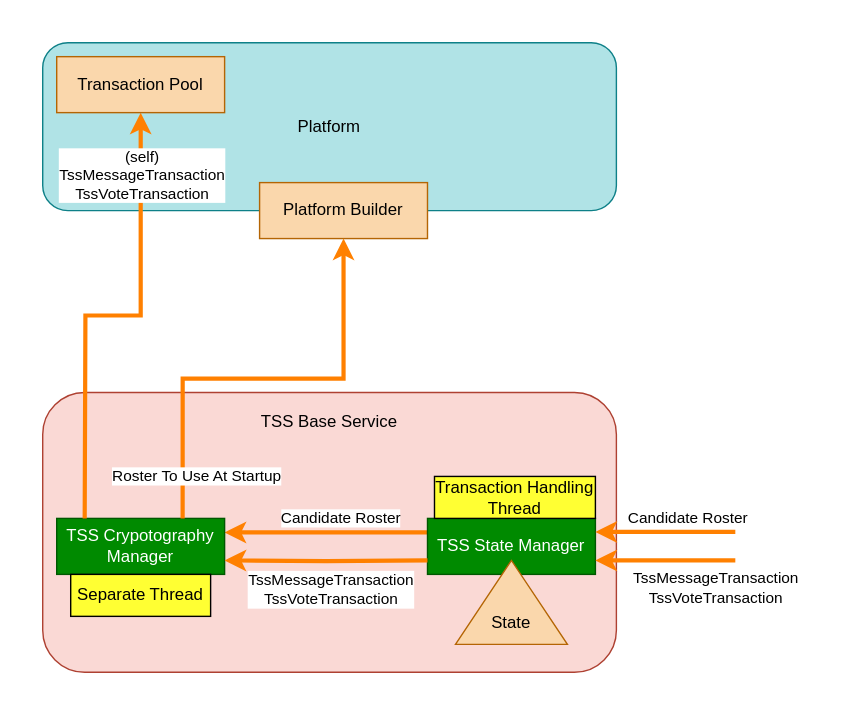
Earlier version of the draw.io export platform-sdk/docs/proposals/TSS-Ledger-Id/TSS-Wiring-Diagram.drawio.svg (hashgraph/hedera-services). Source tidied: cells renumbered, new cells last; positions are measured from the earlier drawing's top-left corner, leaving out a move shared by most shapes. The source it was exported from:
```xml
<mxGraphModel>
  <root>
    <mxCell id="0" />
    <mxCell id="1" parent="0" />
    <mxCell id="2" value="Platform" style="rounded=1;whiteSpace=wrap;html=1;fillColor=#b0e3e6;strokeColor=#0e8088;" parent="1" vertex="1">
      <mxGeometry width="410" height="120" as="geometry" />
    </mxCell>
    <mxCell id="3" value="TSS Base Service&lt;div&gt;&lt;br&gt;&lt;/div&gt;&lt;div&gt;&lt;br&gt;&lt;/div&gt;&lt;div&gt;&lt;br&gt;&lt;/div&gt;&lt;div&gt;&lt;br&gt;&lt;/div&gt;&lt;div&gt;&lt;br&gt;&lt;/div&gt;&lt;div&gt;&lt;br&gt;&lt;/div&gt;&lt;div&gt;&lt;br&gt;&lt;/div&gt;&lt;div&gt;&lt;br&gt;&lt;/div&gt;&lt;div&gt;&lt;br&gt;&lt;/div&gt;&lt;div&gt;&lt;br&gt;&lt;/div&gt;&lt;div&gt;&lt;br&gt;&lt;/div&gt;" style="rounded=1;whiteSpace=wrap;html=1;fillColor=#fad9d5;strokeColor=#ae4132;" parent="1" vertex="1">
      <mxGeometry y="250" width="410" height="200" as="geometry" />
    </mxCell>
    <mxCell id="4" style="edgeStyle=orthogonalEdgeStyle;rounded=0;jettySize=auto;html=1;exitX=0;exitY=0.25;exitDx=0;exitDy=0;entryX=1;entryY=0.25;entryDx=0;entryDy=0;fillColor=#ffe6cc;strokeColor=#FF8000;strokeWidth=3;" parent="1" edge="1" source="6" target="7">
      <mxGeometry relative="1" as="geometry" />
    </mxCell>
    <mxCell id="5" value="Candidate Roster" style="edgeLabel;html=1;align=center;verticalAlign=middle;" parent="4" vertex="1">
      <mxGeometry x="-0.23" y="-1" relative="1" as="geometry">
        <mxPoint x="-6" y="-9" as="offset" />
      </mxGeometry>
    </mxCell>
    <mxCell id="6" value="TSS State Manager" style="rounded=0;whiteSpace=wrap;html=1;fillColor=#008a00;fontColor=#ffffff;strokeColor=#005700;" parent="1" vertex="1">
      <mxGeometry x="275" y="340" width="120" height="40" as="geometry" />
    </mxCell>
    <mxCell id="7" value="TSS Crypotography Manager" style="rounded=0;whiteSpace=wrap;html=1;fillColor=#008a00;fontColor=#ffffff;strokeColor=#005700;" parent="1" vertex="1">
      <mxGeometry x="10" y="340" width="120" height="40" as="geometry" />
    </mxCell>
    <mxCell id="8" style="edgeStyle=orthogonalEdgeStyle;rounded=0;orthogonalLoop=1;jettySize=auto;html=1;exitX=0;exitY=0.25;exitDx=0;exitDy=0;entryX=1;entryY=0.25;entryDx=0;entryDy=0;fillColor=#ffe6cc;strokeColor=#FF8000;strokeWidth=3;" parent="1" edge="1">
      <mxGeometry relative="1" as="geometry">
        <mxPoint x="495" y="370" as="sourcePoint" />
        <mxPoint x="395" y="370" as="targetPoint" />
      </mxGeometry>
    </mxCell>
    <mxCell id="9" value="TssMessageTransaction&lt;div&gt;TssVoteTransaction&lt;/div&gt;" style="edgeLabel;html=1;align=center;verticalAlign=middle;" parent="8" vertex="1">
      <mxGeometry x="-0.23" y="-1" relative="1" as="geometry">
        <mxPoint x="24" y="21" as="offset" />
      </mxGeometry>
    </mxCell>
    <mxCell id="10" style="edgeStyle=orthogonalEdgeStyle;rounded=0;jettySize=auto;html=1;fillColor=#ffe6cc;strokeColor=#FF8000;strokeWidth=3;" parent="1" edge="1" target="18">
      <mxGeometry relative="1" as="geometry">
        <mxPoint x="30" y="340" as="sourcePoint" />
      </mxGeometry>
    </mxCell>
    <mxCell id="11" value="&lt;div&gt;(self)&lt;/div&gt;TssMessageTransaction&lt;div&gt;TssVoteTransaction&lt;br&gt;&lt;/div&gt;" style="edgeLabel;html=1;align=center;verticalAlign=middle;" parent="10" vertex="1">
      <mxGeometry x="-0.23" y="-1" relative="1" as="geometry">
        <mxPoint x="39" y="-118" as="offset" />
      </mxGeometry>
    </mxCell>
    <mxCell id="12" style="edgeStyle=orthogonalEdgeStyle;rounded=0;orthogonalLoop=1;jettySize=auto;html=1;exitX=0;exitY=0.25;exitDx=0;exitDy=0;entryX=1;entryY=0.25;entryDx=0;entryDy=0;fillColor=#ffe6cc;strokeColor=#FF8000;strokeWidth=3;" parent="1" edge="1">
      <mxGeometry relative="1" as="geometry">
        <mxPoint x="495" y="349.7" as="sourcePoint" />
        <mxPoint x="395" y="349.7" as="targetPoint" />
      </mxGeometry>
    </mxCell>
    <mxCell id="13" value="Candidate Roster" style="edgeLabel;html=1;align=center;verticalAlign=middle;" parent="12" vertex="1">
      <mxGeometry x="-0.23" y="-1" relative="1" as="geometry">
        <mxPoint x="4" y="-9" as="offset" />
      </mxGeometry>
    </mxCell>
    <mxCell id="14" style="edgeStyle=orthogonalEdgeStyle;rounded=0;jettySize=auto;html=1;exitX=0;exitY=0.25;exitDx=0;exitDy=0;entryX=1;entryY=0.75;entryDx=0;entryDy=0;fillColor=#ffe6cc;strokeColor=#FF8000;strokeWidth=3;" parent="1" edge="1" target="7">
      <mxGeometry relative="1" as="geometry">
        <mxPoint x="275" y="370" as="sourcePoint" />
      </mxGeometry>
    </mxCell>
    <mxCell id="15" value="TssMessageTransaction&lt;div&gt;TssVoteTransaction&lt;/div&gt;" style="edgeLabel;html=1;align=center;verticalAlign=middle;" parent="14" vertex="1">
      <mxGeometry x="-0.23" y="-1" relative="1" as="geometry">
        <mxPoint x="-13" y="21" as="offset" />
      </mxGeometry>
    </mxCell>
    <mxCell id="16" style="triangle;whiteSpace=wrap;html=1;rotation=-90;fillColor=#fad7ac;strokeColor=#b46504;" parent="1" vertex="1">
      <mxGeometry x="305" y="360" width="60" height="80" as="geometry" />
    </mxCell>
    <mxCell id="17" value="State" style="text;html=1;align=center;verticalAlign=middle;whiteSpace=wrap;rounded=0;" parent="1" vertex="1">
      <mxGeometry x="305" y="400" width="60" height="30" as="geometry" />
    </mxCell>
    <mxCell id="18" value="Transaction Pool" style="rounded=0;whiteSpace=wrap;html=1;fillColor=#fad7ac;strokeColor=#b46504;" parent="1" vertex="1">
      <mxGeometry x="10" y="10" width="120" height="40" as="geometry" />
    </mxCell>
    <mxCell id="19" value="Platform Builder" style="rounded=0;whiteSpace=wrap;html=1;fillColor=#fad7ac;strokeColor=#b46504;" parent="1" vertex="1">
      <mxGeometry x="155" y="100" width="120" height="40" as="geometry" />
    </mxCell>
    <mxCell id="20" style="edgeStyle=orthogonalEdgeStyle;rounded=0;jettySize=auto;html=1;fillColor=#ffe6cc;strokeColor=#FF8000;strokeWidth=3;exitX=0.75;exitY=0;exitDx=0;exitDy=0;entryX=0.5;entryY=1;entryDx=0;entryDy=0;" parent="1" edge="1" source="7" target="19">
      <mxGeometry relative="1" as="geometry" />
    </mxCell>
    <mxCell id="21" value="&lt;div&gt;Roster To Use At Startup&lt;/div&gt;" style="edgeLabel;html=1;align=center;verticalAlign=middle;" parent="20" vertex="1">
      <mxGeometry x="-0.23" y="-1" relative="1" as="geometry">
        <mxPoint x="-12" y="69" as="offset" />
      </mxGeometry>
    </mxCell>
    <mxCell id="22" value="Separate Thread" style="text;html=1;align=center;verticalAlign=middle;whiteSpace=wrap;rounded=0;strokeColor=default;fillColor=#FFFF33;" parent="1" vertex="1">
      <mxGeometry x="20" y="380" width="100" height="30" as="geometry" />
    </mxCell>
    <mxCell id="23" value="Transaction Handling Thread" style="text;html=1;align=center;verticalAlign=middle;whiteSpace=wrap;rounded=0;strokeColor=default;fillColor=#FFFF33;" parent="1" vertex="1">
      <mxGeometry x="280" y="310" width="115" height="30" as="geometry" />
    </mxCell>
  </root>
</mxGraphModel>
```
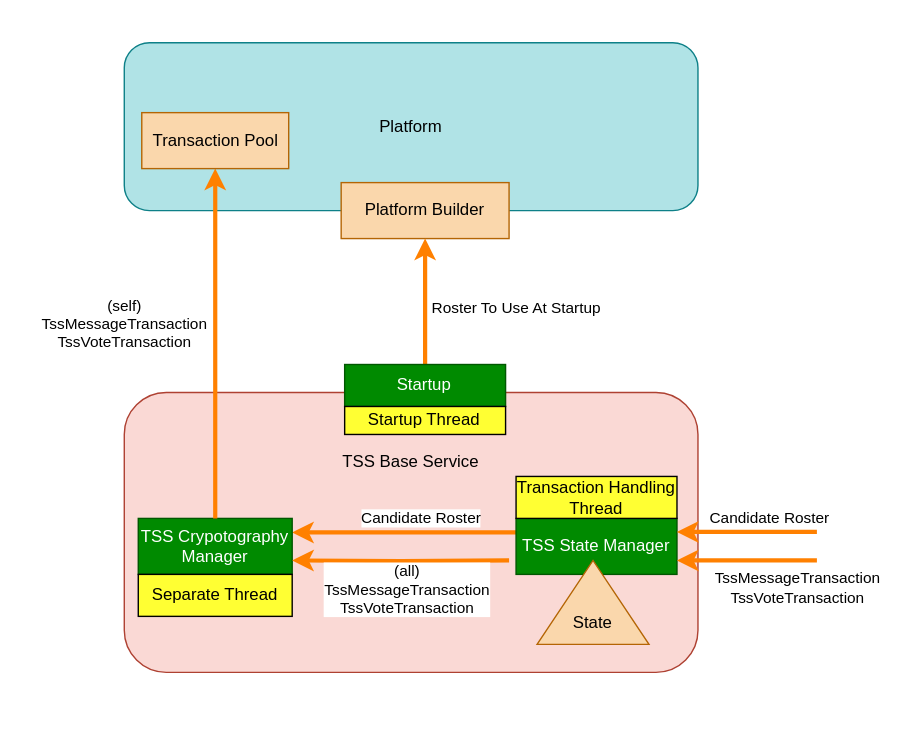
The same file after the commit.

Change to the diagram source:
```diff
@@ -5,7 +5,7 @@
     <mxCell id="2" value="Platform" style="rounded=1;whiteSpace=wrap;html=1;fillColor=#b0e3e6;strokeColor=#0e8088;" parent="1" vertex="1">
       <mxGeometry width="410" height="120" as="geometry" />
     </mxCell>
-    <mxCell id="3" value="TSS Base Service&lt;div&gt;&lt;br&gt;&lt;/div&gt;&lt;div&gt;&lt;br&gt;&lt;/div&gt;&lt;div&gt;&lt;br&gt;&lt;/div&gt;&lt;div&gt;&lt;br&gt;&lt;/div&gt;&lt;div&gt;&lt;br&gt;&lt;/div&gt;&lt;div&gt;&lt;br&gt;&lt;/div&gt;&lt;div&gt;&lt;br&gt;&lt;/div&gt;&lt;div&gt;&lt;br&gt;&lt;/div&gt;&lt;div&gt;&lt;br&gt;&lt;/div&gt;&lt;div&gt;&lt;br&gt;&lt;/div&gt;&lt;div&gt;&lt;br&gt;&lt;/div&gt;" style="rounded=1;whiteSpace=wrap;html=1;fillColor=#fad9d5;strokeColor=#ae4132;" parent="1" vertex="1">
+    <mxCell id="3" value="&lt;div&gt;&lt;br&gt;&lt;/div&gt;&lt;div&gt;&lt;br&gt;&lt;/div&gt;&lt;div&gt;&lt;br&gt;&lt;/div&gt;&lt;div&gt;&lt;br&gt;&lt;/div&gt;TSS Base Service&lt;div&gt;&lt;br&gt;&lt;/div&gt;&lt;div&gt;&lt;br&gt;&lt;/div&gt;&lt;div&gt;&lt;br&gt;&lt;/div&gt;&lt;div&gt;&lt;br&gt;&lt;/div&gt;&lt;div&gt;&lt;br&gt;&lt;/div&gt;&lt;div&gt;&lt;br&gt;&lt;/div&gt;&lt;div&gt;&lt;br&gt;&lt;/div&gt;&lt;div&gt;&lt;br&gt;&lt;/div&gt;&lt;div&gt;&lt;br&gt;&lt;/div&gt;&lt;div&gt;&lt;br&gt;&lt;/div&gt;&lt;div&gt;&lt;br&gt;&lt;/div&gt;" style="rounded=1;whiteSpace=wrap;html=1;fillColor=#fad9d5;strokeColor=#ae4132;" parent="1" vertex="1">
       <mxGeometry y="250" width="410" height="200" as="geometry" />
     </mxCell>
     <mxCell id="4" style="edgeStyle=orthogonalEdgeStyle;rounded=0;jettySize=auto;html=1;exitX=0;exitY=0.25;exitDx=0;exitDy=0;entryX=1;entryY=0.25;entryDx=0;entryDy=0;fillColor=#ffe6cc;strokeColor=#FF8000;strokeWidth=3;" parent="1" edge="1" source="6" target="7">
@@ -17,10 +17,10 @@
       </mxGeometry>
     </mxCell>
     <mxCell id="6" value="TSS State Manager" style="rounded=0;whiteSpace=wrap;html=1;fillColor=#008a00;fontColor=#ffffff;strokeColor=#005700;" parent="1" vertex="1">
-      <mxGeometry x="275" y="340" width="120" height="40" as="geometry" />
+      <mxGeometry x="280" y="340" width="115" height="40" as="geometry" />
     </mxCell>
     <mxCell id="7" value="TSS Crypotography Manager" style="rounded=0;whiteSpace=wrap;html=1;fillColor=#008a00;fontColor=#ffffff;strokeColor=#005700;" parent="1" vertex="1">
-      <mxGeometry x="10" y="340" width="120" height="40" as="geometry" />
+      <mxGeometry x="10" y="340" width="110" height="40" as="geometry" />
     </mxCell>
     <mxCell id="8" style="edgeStyle=orthogonalEdgeStyle;rounded=0;orthogonalLoop=1;jettySize=auto;html=1;exitX=0;exitY=0.25;exitDx=0;exitDy=0;entryX=1;entryY=0.25;entryDx=0;entryDy=0;fillColor=#ffe6cc;strokeColor=#FF8000;strokeWidth=3;" parent="1" edge="1">
       <mxGeometry relative="1" as="geometry">
@@ -33,14 +33,12 @@
         <mxPoint x="24" y="21" as="offset" />
       </mxGeometry>
     </mxCell>
-    <mxCell id="10" style="edgeStyle=orthogonalEdgeStyle;rounded=0;jettySize=auto;html=1;fillColor=#ffe6cc;strokeColor=#FF8000;strokeWidth=3;" parent="1" edge="1" target="18">
-      <mxGeometry relative="1" as="geometry">
-        <mxPoint x="30" y="340" as="sourcePoint" />
-      </mxGeometry>
+    <mxCell id="10" style="edgeStyle=orthogonalEdgeStyle;rounded=0;jettySize=auto;html=1;fillColor=#ffe6cc;strokeColor=#FF8000;strokeWidth=3;exitX=0.5;exitY=0;exitDx=0;exitDy=0;" parent="1" edge="1" source="7" target="18">
+      <mxGeometry relative="1" as="geometry" />
     </mxCell>
     <mxCell id="11" value="&lt;div&gt;(self)&lt;/div&gt;TssMessageTransaction&lt;div&gt;TssVoteTransaction&lt;br&gt;&lt;/div&gt;" style="edgeLabel;html=1;align=center;verticalAlign=middle;" parent="10" vertex="1">
       <mxGeometry x="-0.23" y="-1" relative="1" as="geometry">
-        <mxPoint x="39" y="-118" as="offset" />
+        <mxPoint x="-66" y="-43" as="offset" />
       </mxGeometry>
     </mxCell>
     <mxCell id="12" style="edgeStyle=orthogonalEdgeStyle;rounded=0;orthogonalLoop=1;jettySize=auto;html=1;exitX=0;exitY=0.25;exitDx=0;exitDy=0;entryX=1;entryY=0.25;entryDx=0;entryDy=0;fillColor=#ffe6cc;strokeColor=#FF8000;strokeWidth=3;" parent="1" edge="1">
@@ -59,7 +57,7 @@
         <mxPoint x="275" y="370" as="sourcePoint" />
       </mxGeometry>
     </mxCell>
-    <mxCell id="15" value="TssMessageTransaction&lt;div&gt;TssVoteTransaction&lt;/div&gt;" style="edgeLabel;html=1;align=center;verticalAlign=middle;" parent="14" vertex="1">
+    <mxCell id="15" value="(all)&lt;br&gt;TssMessageTransaction&lt;div&gt;TssVoteTransaction&lt;/div&gt;" style="edgeLabel;html=1;align=center;verticalAlign=middle;" parent="14" vertex="1">
       <mxGeometry x="-0.23" y="-1" relative="1" as="geometry">
         <mxPoint x="-13" y="21" as="offset" />
       </mxGeometry>
@@ -71,24 +69,30 @@
       <mxGeometry x="305" y="400" width="60" height="30" as="geometry" />
     </mxCell>
     <mxCell id="18" value="Transaction Pool" style="rounded=0;whiteSpace=wrap;html=1;fillColor=#fad7ac;strokeColor=#b46504;" parent="1" vertex="1">
-      <mxGeometry x="10" y="10" width="120" height="40" as="geometry" />
+      <mxGeometry x="12.5" y="50" width="105" height="40" as="geometry" />
     </mxCell>
     <mxCell id="19" value="Platform Builder" style="rounded=0;whiteSpace=wrap;html=1;fillColor=#fad7ac;strokeColor=#b46504;" parent="1" vertex="1">
       <mxGeometry x="155" y="100" width="120" height="40" as="geometry" />
     </mxCell>
-    <mxCell id="20" style="edgeStyle=orthogonalEdgeStyle;rounded=0;jettySize=auto;html=1;fillColor=#ffe6cc;strokeColor=#FF8000;strokeWidth=3;exitX=0.75;exitY=0;exitDx=0;exitDy=0;entryX=0.5;entryY=1;entryDx=0;entryDy=0;" parent="1" edge="1" source="7" target="19">
+    <mxCell id="20" style="edgeStyle=orthogonalEdgeStyle;rounded=0;jettySize=auto;html=1;fillColor=#ffe6cc;strokeColor=#FF8000;strokeWidth=3;exitX=0.5;exitY=0;exitDx=0;exitDy=0;entryX=0.5;entryY=1;entryDx=0;entryDy=0;" parent="1" edge="1" source="24" target="19">
       <mxGeometry relative="1" as="geometry" />
     </mxCell>
     <mxCell id="21" value="&lt;div&gt;Roster To Use At Startup&lt;/div&gt;" style="edgeLabel;html=1;align=center;verticalAlign=middle;" parent="20" vertex="1">
       <mxGeometry x="-0.23" y="-1" relative="1" as="geometry">
-        <mxPoint x="-12" y="69" as="offset" />
+        <mxPoint x="64" y="-5" as="offset" />
       </mxGeometry>
     </mxCell>
     <mxCell id="22" value="Separate Thread" style="text;html=1;align=center;verticalAlign=middle;whiteSpace=wrap;rounded=0;strokeColor=default;fillColor=#FFFF33;" parent="1" vertex="1">
-      <mxGeometry x="20" y="380" width="100" height="30" as="geometry" />
+      <mxGeometry x="10" y="380" width="110" height="30" as="geometry" />
     </mxCell>
     <mxCell id="23" value="Transaction Handling Thread" style="text;html=1;align=center;verticalAlign=middle;whiteSpace=wrap;rounded=0;strokeColor=default;fillColor=#FFFF33;" parent="1" vertex="1">
       <mxGeometry x="280" y="310" width="115" height="30" as="geometry" />
     </mxCell>
+    <mxCell id="24" value="Startup" style="text;html=1;align=center;verticalAlign=middle;whiteSpace=wrap;rounded=0;strokeColor=#005700;fillColor=#008a00;fontColor=#ffffff;" parent="1" vertex="1">
+      <mxGeometry x="157.5" y="230" width="115" height="30" as="geometry" />
+    </mxCell>
+    <mxCell id="25" value="Startup Thread" style="text;html=1;align=center;verticalAlign=middle;whiteSpace=wrap;rounded=0;strokeColor=default;fillColor=#FFFF33;" parent="1" vertex="1">
+      <mxGeometry x="157.5" y="260" width="115" height="20" as="geometry" />
+    </mxCell>
   </root>
 </mxGraphModel>
```
